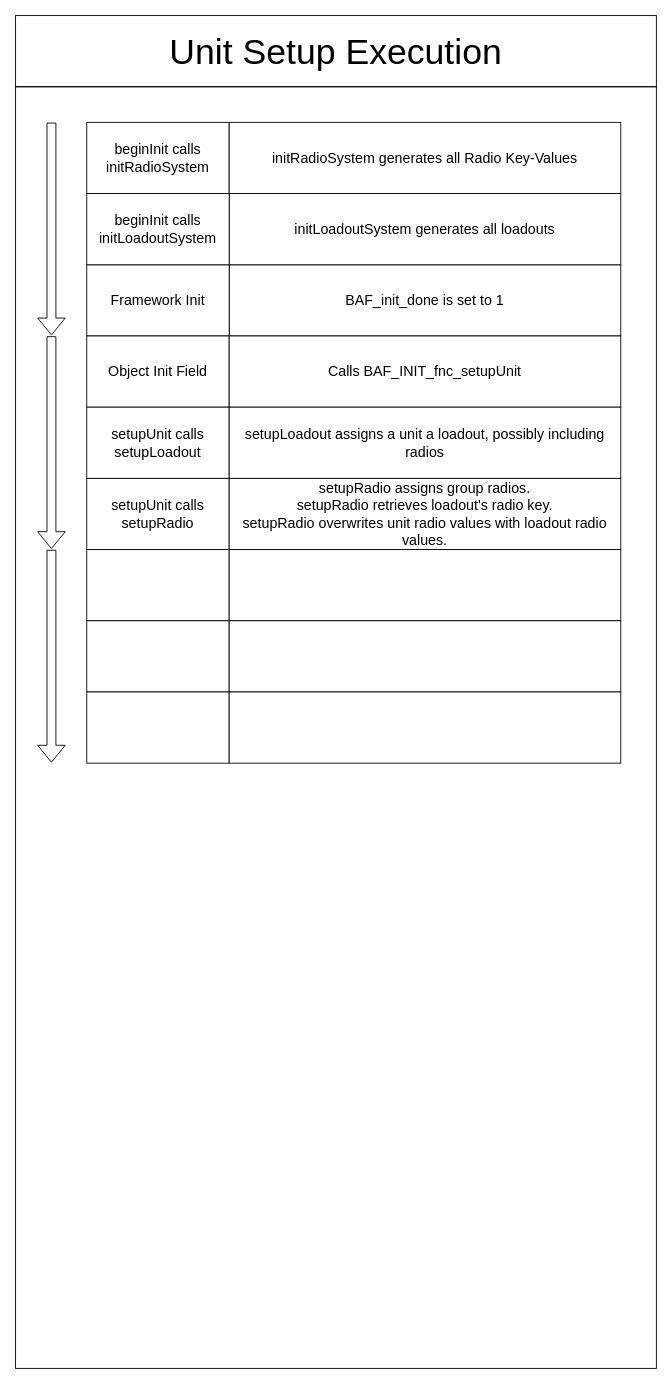
This is .notes/diagrams/UnitDiargram.drawio from BAXENdev/BAF, a draw.io file, before an edit. Source tidied: cells renumbered, new cells numbered last; positions are measured from the earlier drawing's top-left corner, leaving out a move shared by most shapes. Both pictures are drawn from the tidied source at 89%, with x=0, y=0 at pixel (15, 15).
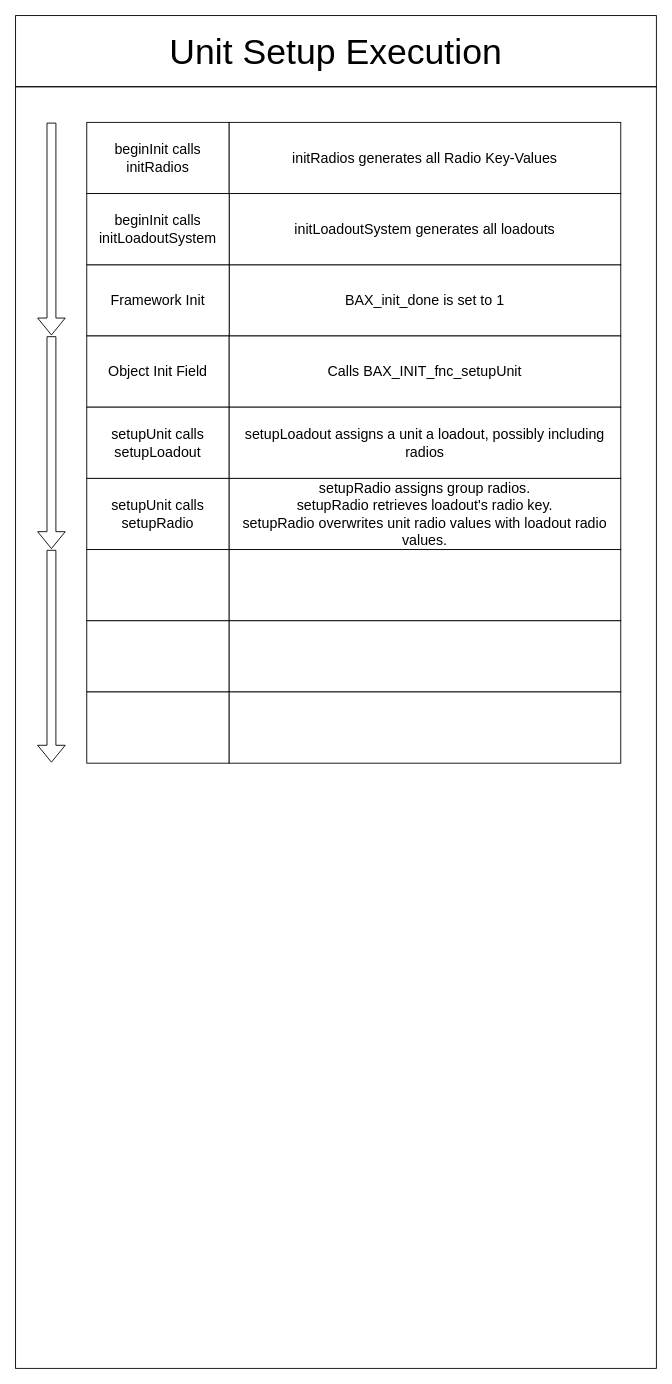
Above is the later version.

The edit, as a diff of the source:
```diff
@@
-    <mxCell id="4" value="BAF_init_done is set to 1" style="rounded=0;whiteSpace=wrap;html=1;fontSize=16;fillColor=default;strokeColor=default;" parent="1" vertex="1">
+    <mxCell id="4" value="BAX_init_done is set to 1" style="rounded=0;whiteSpace=wrap;html=1;fontSize=16;fillColor=default;strokeColor=default;" parent="1" vertex="1">
       <mxGeometry x="240" y="280" width="440" height="80" as="geometry" />
     </mxCell>
@@
-    <mxCell id="8" value="Calls BAF_INIT_fnc_setupUnit" style="rounded=0;whiteSpace=wrap;html=1;fontSize=16;fillColor=default;strokeColor=default;" parent="1" vertex="1">
+    <mxCell id="8" value="Calls BAX_INIT_fnc_setupUnit" style="rounded=0;whiteSpace=wrap;html=1;fontSize=16;fillColor=default;strokeColor=default;" parent="1" vertex="1">
       <mxGeometry x="240" y="360" width="440" height="80" as="geometry" />
     </mxCell>
-    <mxCell id="9" value="beginInit calls initRadioSystem" style="rounded=0;whiteSpace=wrap;html=1;fontSize=16;fillColor=default;strokeColor=default;" parent="1" vertex="1">
+    <mxCell id="9" value="beginInit calls initRadios" style="rounded=0;whiteSpace=wrap;html=1;fontSize=16;fillColor=default;strokeColor=default;" parent="1" vertex="1">
       <mxGeometry x="80" y="120" width="160" height="80" as="geometry" />
     </mxCell>
-    <mxCell id="10" value="initRadioSystem generates all Radio Key-Values" style="rounded=0;whiteSpace=wrap;html=1;fontSize=16;fillColor=default;strokeColor=default;" parent="1" vertex="1">
+    <mxCell id="10" value="initRadios generates all Radio Key-Values" style="rounded=0;whiteSpace=wrap;html=1;fontSize=16;fillColor=default;strokeColor=default;" parent="1" vertex="1">
       <mxGeometry x="240" y="120" width="440" height="80" as="geometry" />
     </mxCell>
```
